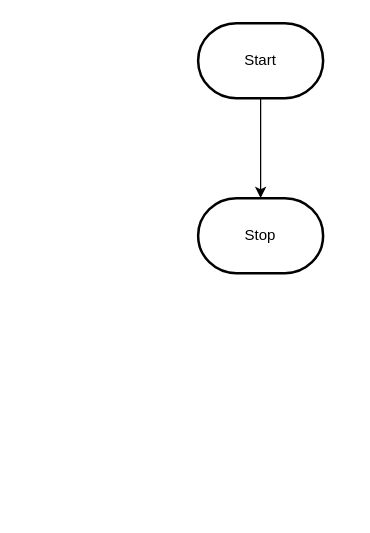
MTHS-ICS2O-2-2022/ICS2O-Unit-6-03-Dominic-Madeira keeps this draw.io diagram as design/flowchart.drawio. Above is the earlier version. Source tidied: cells renumbered, new cells numbered last; positions are measured from the earlier drawing's top-left corner, leaving out a move shared by most shapes. Both pictures are drawn from the tidied source at 125%, with x=0, y=0 at pixel (198, 22).
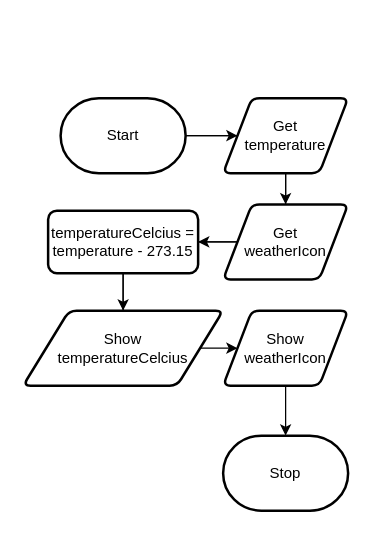
After the change.

The edit, as a diff of the source:
```diff
@@
 <mxGraphModel>
   <root>
     <mxCell id="0" />
     <mxCell id="1" parent="0" />
-    <mxCell id="2" style="edgeStyle=orthogonalEdgeStyle;html=1;rounded=0;" parent="1" edge="1" source="3" target="4">
+    <mxCell id="2" style="edgeStyle=orthogonalEdgeStyle;html=1;rounded=0;startArrow=none;" parent="1" edge="1" source="18" target="4">
       <mxGeometry relative="1" as="geometry" />
     </mxCell>
+    <mxCell id="5" style="edgeStyle=none;html=1;" parent="1" edge="1" source="3" target="8">
+      <mxGeometry relative="1" as="geometry" />
+    </mxCell>
     <mxCell id="3" value="Start" style="strokeWidth=2;html=1;shape=mxgraph.flowchart.terminator;whiteSpace=wrap;" parent="1" vertex="1">
-      <mxGeometry width="100" height="60" as="geometry" />
+      <mxGeometry x="-110" y="60" width="100" height="60" as="geometry" />
     </mxCell>
     <mxCell id="4" value="Stop" style="strokeWidth=2;html=1;shape=mxgraph.flowchart.terminator;whiteSpace=wrap;" parent="1" vertex="1">
-      <mxGeometry y="140" width="100" height="60" as="geometry" />
+      <mxGeometry x="20" y="330" width="100" height="60" as="geometry" />
     </mxCell>
+    <mxCell id="6" style="edgeStyle=orthogonalEdgeStyle;html=1;rounded=0;endArrow=none;" parent="1" edge="1" source="3" target="8">
+      <mxGeometry relative="1" as="geometry" />
+    </mxCell>
+    <mxCell id="7" style="edgeStyle=none;html=1;entryX=0.5;entryY=0;entryDx=0;entryDy=0;" parent="1" edge="1" source="8" target="11">
+      <mxGeometry relative="1" as="geometry" />
+    </mxCell>
+    <mxCell id="8" value="Get&lt;br&gt;temperature" style="shape=parallelogram;html=1;strokeWidth=2;perimeter=parallelogramPerimeter;whiteSpace=wrap;rounded=1;arcSize=12;size=0.23;" parent="1" vertex="1">
+      <mxGeometry x="20" y="60" width="100" height="60" as="geometry" />
+    </mxCell>
+    <mxCell id="9" style="edgeStyle=orthogonalEdgeStyle;html=1;rounded=0;startArrow=none;endArrow=none;" parent="1" edge="1" source="8" target="11">
+      <mxGeometry relative="1" as="geometry" />
+    </mxCell>
+    <mxCell id="10" style="edgeStyle=none;html=1;" parent="1" edge="1" source="11" target="14">
+      <mxGeometry relative="1" as="geometry" />
+    </mxCell>
+    <mxCell id="11" value="Get&lt;br&gt;weatherIcon" style="shape=parallelogram;html=1;strokeWidth=2;perimeter=parallelogramPerimeter;whiteSpace=wrap;rounded=1;arcSize=12;size=0.23;" parent="1" vertex="1">
+      <mxGeometry x="20" y="145" width="100" height="60" as="geometry" />
+    </mxCell>
+    <mxCell id="12" style="edgeStyle=orthogonalEdgeStyle;html=1;rounded=0;startArrow=none;endArrow=none;" parent="1" edge="1" source="11" target="14">
+      <mxGeometry relative="1" as="geometry" />
+    </mxCell>
+    <mxCell id="13" style="edgeStyle=none;html=1;entryX=0.5;entryY=0;entryDx=0;entryDy=0;" parent="1" edge="1" source="14" target="17">
+      <mxGeometry relative="1" as="geometry" />
+    </mxCell>
+    <mxCell id="14" value="temperatureCelcius =&lt;br&gt;temperature -&amp;nbsp;273.15" style="rounded=1;whiteSpace=wrap;html=1;absoluteArcSize=1;arcSize=14;strokeWidth=2;" parent="1" vertex="1">
+      <mxGeometry x="-120" y="150" width="120" height="50" as="geometry" />
+    </mxCell>
+    <mxCell id="15" style="edgeStyle=orthogonalEdgeStyle;html=1;rounded=0;startArrow=none;endArrow=none;" parent="1" edge="1" source="14" target="17">
+      <mxGeometry relative="1" as="geometry" />
+    </mxCell>
+    <mxCell id="16" style="edgeStyle=none;html=1;entryX=0;entryY=0.5;entryDx=0;entryDy=0;" parent="1" edge="1" source="17" target="18">
+      <mxGeometry relative="1" as="geometry" />
+    </mxCell>
+    <mxCell id="17" value="Show&lt;br&gt;temperatureCelcius" style="shape=parallelogram;html=1;strokeWidth=2;perimeter=parallelogramPerimeter;whiteSpace=wrap;rounded=1;arcSize=12;size=0.23;" parent="1" vertex="1">
+      <mxGeometry x="-140" y="230" width="160" height="60" as="geometry" />
+    </mxCell>
+    <mxCell id="18" value="Show&lt;br&gt;weatherIcon" style="shape=parallelogram;html=1;strokeWidth=2;perimeter=parallelogramPerimeter;whiteSpace=wrap;rounded=1;arcSize=12;size=0.23;" parent="1" vertex="1">
+      <mxGeometry x="20" y="230" width="100" height="60" as="geometry" />
+    </mxCell>
   </root>
 </mxGraphModel>
```
